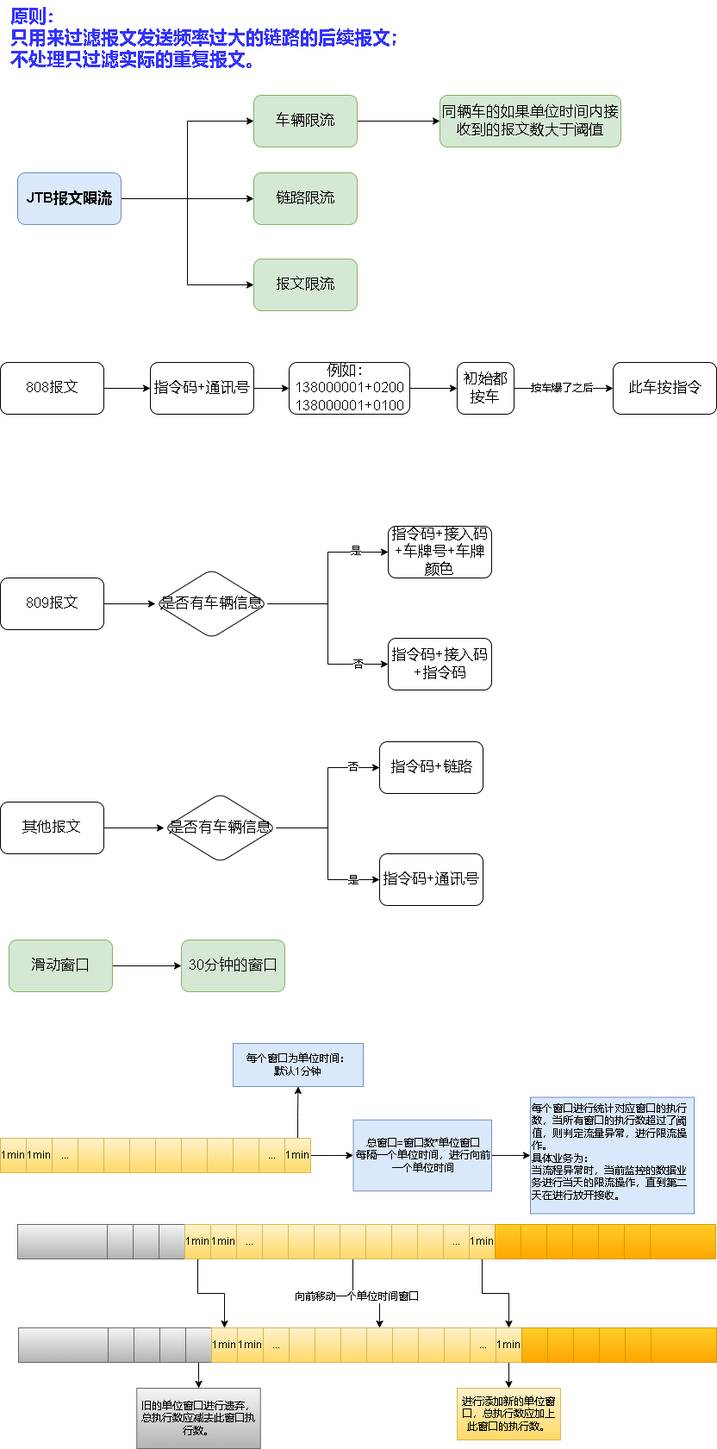
Earlier version of the draw.io export jtb报文限流.drawio.png (xktder/draw). Source tidied: cells renumbered, new cells last; positions are measured from the earlier drawing's top-left corner, leaving out a move shared by most shapes.
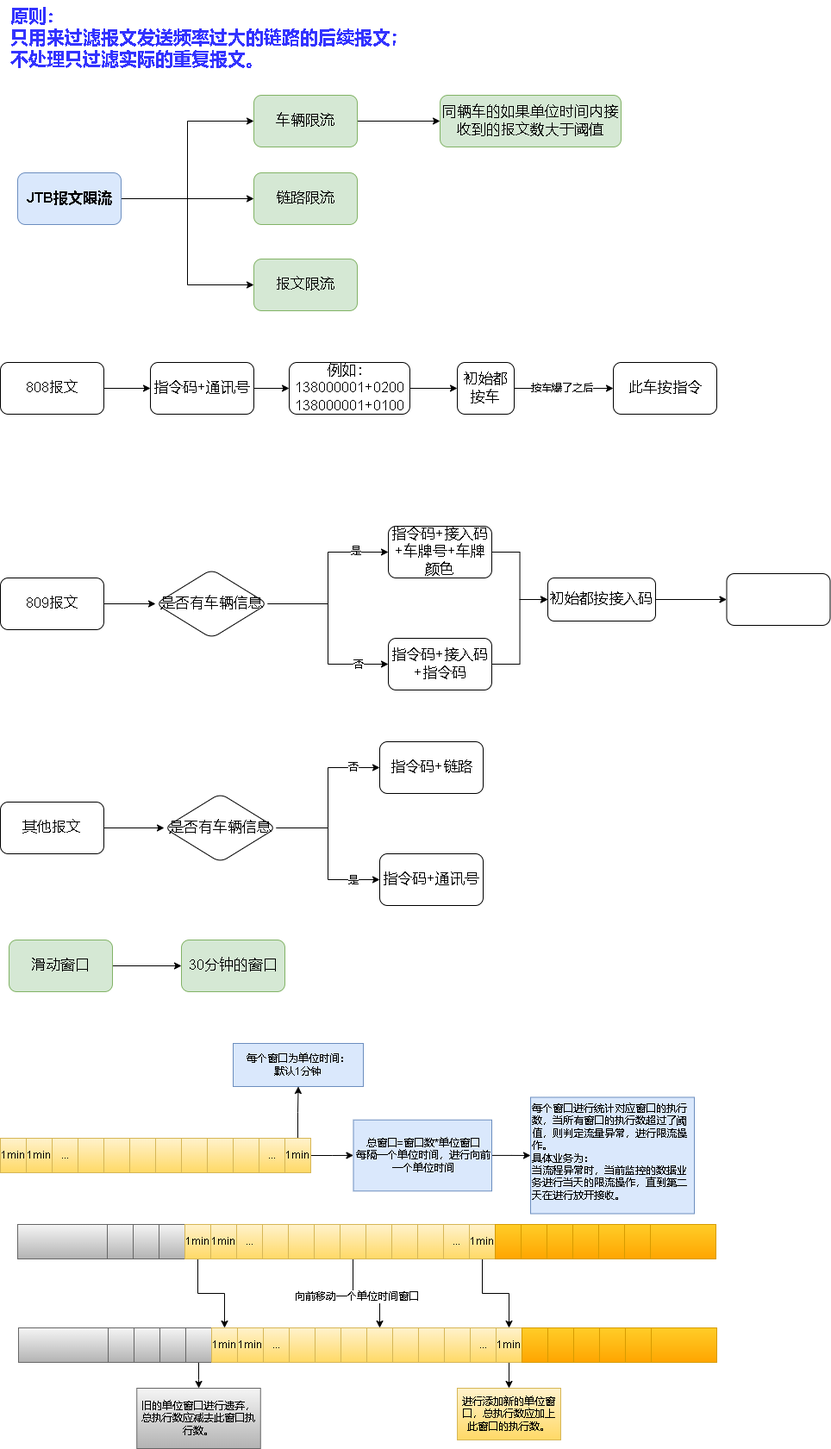
After the commit.

Commit message:
更新jtb报文限流.drawio.png

What changed in the source:
```diff
@@ -84,9 +84,15 @@
     <mxCell id="27" value="&lt;font style=&quot;font-size: 21px;&quot;&gt;&lt;b&gt;原则：&lt;br&gt;只用来过滤报文发送频率过大的链路的后续报文；&lt;br&gt;不处理只过滤实际的重复报文。&lt;/b&gt;&lt;/font&gt;" style="text;html=1;strokeColor=none;fillColor=none;align=left;verticalAlign=top;whiteSpace=wrap;rounded=0;fontColor=#3333FF;" parent="1" vertex="1">
       <mxGeometry x="10" width="640" height="80" as="geometry" />
     </mxCell>
+    <mxCell id="117" style="edgeStyle=orthogonalEdgeStyle;rounded=0;jettySize=auto;html=1;entryX=0;entryY=0.5;entryDx=0;entryDy=0;fontSize=12;fontColor=#000000;" parent="1" edge="1" source="28" target="120">
+      <mxGeometry relative="1" as="geometry" />
+    </mxCell>
     <mxCell id="28" value="指令码+接入码&lt;br&gt;+指令码" style="whiteSpace=wrap;html=1;fontSize=17;rounded=1;" parent="1" vertex="1">
       <mxGeometry x="450" y="740" width="120" height="60" as="geometry" />
     </mxCell>
+    <mxCell id="118" style="edgeStyle=orthogonalEdgeStyle;rounded=0;jettySize=auto;html=1;fontSize=12;fontColor=#000000;" parent="1" edge="1" source="29" target="120">
+      <mxGeometry relative="1" as="geometry" />
+    </mxCell>
     <mxCell id="29" value="指令码+接入码+车牌号+车牌颜色" style="whiteSpace=wrap;html=1;fontSize=17;rounded=1;" parent="1" vertex="1">
       <mxGeometry x="450" y="610" width="120" height="60" as="geometry" />
     </mxCell>
@@ -374,5 +380,14 @@
     <mxCell id="116" value="此车按指令" style="whiteSpace=wrap;html=1;fontSize=17;rounded=1;" parent="1" vertex="1">
       <mxGeometry x="711" y="420" width="120" height="60" as="geometry" />
     </mxCell>
+    <mxCell id="119" style="edgeStyle=orthogonalEdgeStyle;rounded=0;jettySize=auto;html=1;fontSize=12;fontColor=#000000;" parent="1" edge="1" source="120" target="121">
+      <mxGeometry relative="1" as="geometry" />
+    </mxCell>
+    <mxCell id="120" value="初始都按接入码" style="whiteSpace=wrap;html=1;fontSize=17;rounded=1;" parent="1" vertex="1">
+      <mxGeometry x="635" y="670" width="125" height="50" as="geometry" />
+    </mxCell>
+    <mxCell id="121" style="whiteSpace=wrap;html=1;fontSize=17;rounded=1;" parent="1" vertex="1">
+      <mxGeometry x="842.5" y="665" width="120" height="60" as="geometry" />
+    </mxCell>
   </root>
 </mxGraphModel>
```
